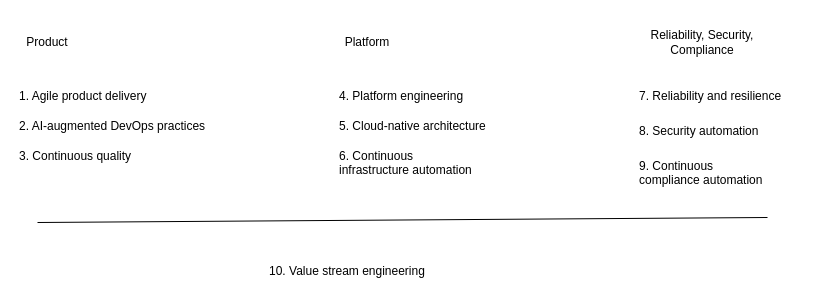
This is page "Overview" (1 of 8) of Devops.drawio from gonchigars/awesome-startup-credits, a draw.io file, before an edit. Source tidied: cells renumbered, new cells numbered last; positions are measured from the earlier drawing's top-left corner, leaving out a move shared by most shapes. Both pictures are drawn from the tidied source at 100%, with x=0, y=0 at pixel (17, 27).
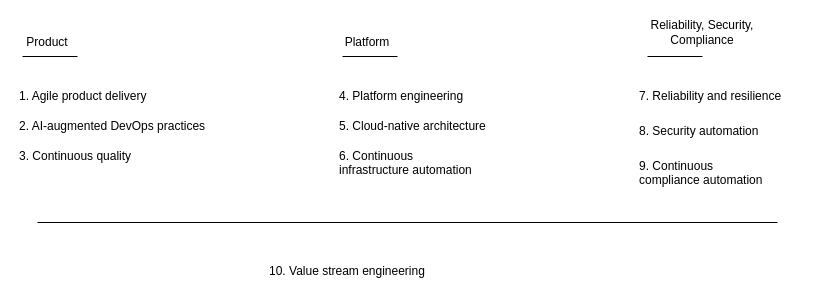
The same page after the edit.

Diff of the diagram source:
```diff
@@
     <mxCell id="4" value="Reliability, Security, Compliance" style="text;html=1;strokeColor=none;fillColor=none;align=center;verticalAlign=middle;whiteSpace=wrap;rounded=0;" parent="1" vertex="1">
-      <mxGeometry x="620" width="130" height="30" as="geometry" />
+      <mxGeometry x="620" y="-10" width="130" height="30" as="geometry" />
     </mxCell>
@@
     <mxCell id="15" style="endArrow=none;html=1;rounded=0;" parent="1" edge="1">
       <mxGeometry relative="1" as="geometry">
         <mxPoint x="20" y="195" as="sourcePoint" />
-        <mxPoint x="750" y="190" as="targetPoint" />
+        <mxPoint x="760" y="195" as="targetPoint" />
       </mxGeometry>
     </mxCell>
+    <mxCell id="16" style="endArrow=none;html=1;rounded=0;" parent="1" edge="1">
+      <mxGeometry relative="1" as="geometry">
+        <mxPoint x="5" y="29" as="sourcePoint" />
+        <mxPoint x="60" y="29" as="targetPoint" />
+      </mxGeometry>
+    </mxCell>
+    <mxCell id="17" style="endArrow=none;html=1;rounded=0;" parent="1" edge="1">
+      <mxGeometry relative="1" as="geometry">
+        <mxPoint x="325" y="29" as="sourcePoint" />
+        <mxPoint x="380" y="29" as="targetPoint" />
+      </mxGeometry>
+    </mxCell>
+    <mxCell id="18" style="endArrow=none;html=1;rounded=0;" parent="1" edge="1">
+      <mxGeometry relative="1" as="geometry">
+        <mxPoint x="630" y="29" as="sourcePoint" />
+        <mxPoint x="685" y="29" as="targetPoint" />
+      </mxGeometry>
+    </mxCell>
```
